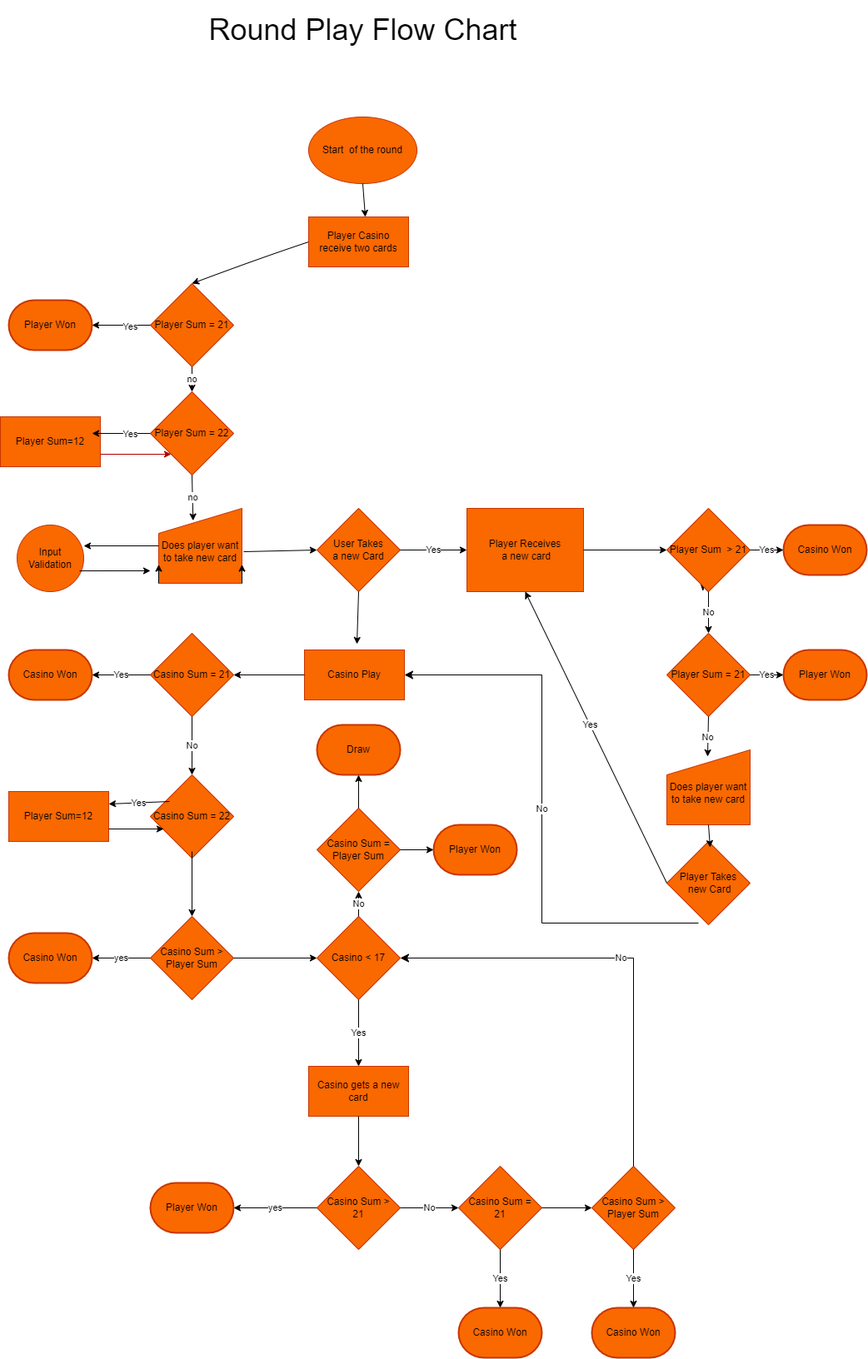
Earlier version of the draw.io export docs/flowcharts/round_play_flow_chart.png (Gavriil1/CI_PP3_BJ). Source tidied: cells renumbered, new cells last; positions are measured from the earlier drawing's top-left corner, leaving out a move shared by most shapes.
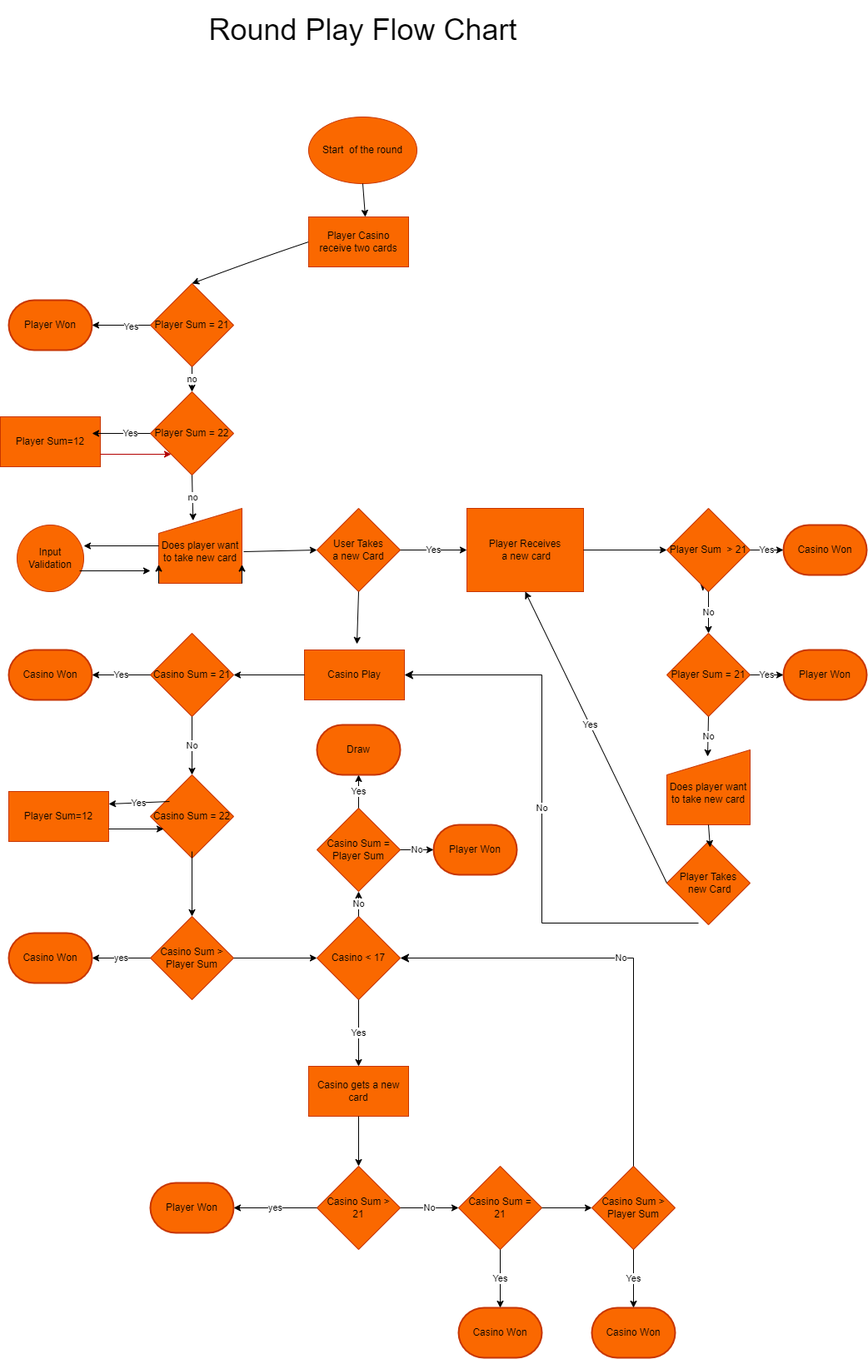
Later version of the same file.

Diff of the diagram source:
```diff
@@ -212,10 +212,10 @@
     <mxCell id="65" value="Draw" style="strokeWidth=2;html=1;shape=mxgraph.flowchart.terminator;whiteSpace=wrap;fillColor=#fa6800;fontColor=#000000;strokeColor=#C73500;" parent="1" vertex="1">
       <mxGeometry x="380" y="865" width="100" height="60" as="geometry" />
     </mxCell>
-    <mxCell id="66" style="endArrow=classic;html=1;rounded=0;exitX=0.5;exitY=0;exitDx=0;exitDy=0;" parent="1" edge="1" source="62" target="65">
+    <mxCell id="66" value="Yes" style="endArrow=classic;html=1;rounded=0;exitX=0.5;exitY=0;exitDx=0;exitDy=0;" parent="1" edge="1" source="62" target="65">
       <mxGeometry relative="1" as="geometry" />
     </mxCell>
-    <mxCell id="67" style="endArrow=classic;html=1;rounded=0;exitX=1;exitY=0.5;exitDx=0;exitDy=0;entryX=0;entryY=0.5;entryDx=0;entryDy=0;entryPerimeter=0;" parent="1" edge="1" source="62" target="64">
+    <mxCell id="67" value="No" style="endArrow=classic;html=1;rounded=0;exitX=1;exitY=0.5;exitDx=0;exitDy=0;entryX=0;entryY=0.5;entryDx=0;entryDy=0;entryPerimeter=0;" parent="1" edge="1" source="62" target="64">
       <mxGeometry relative="1" as="geometry" />
     </mxCell>
     <mxCell id="68" value="Yes" style="endArrow=classic;html=1;rounded=0;exitX=0.5;exitY=1;exitDx=0;exitDy=0;" parent="1" edge="1" source="60">
```
